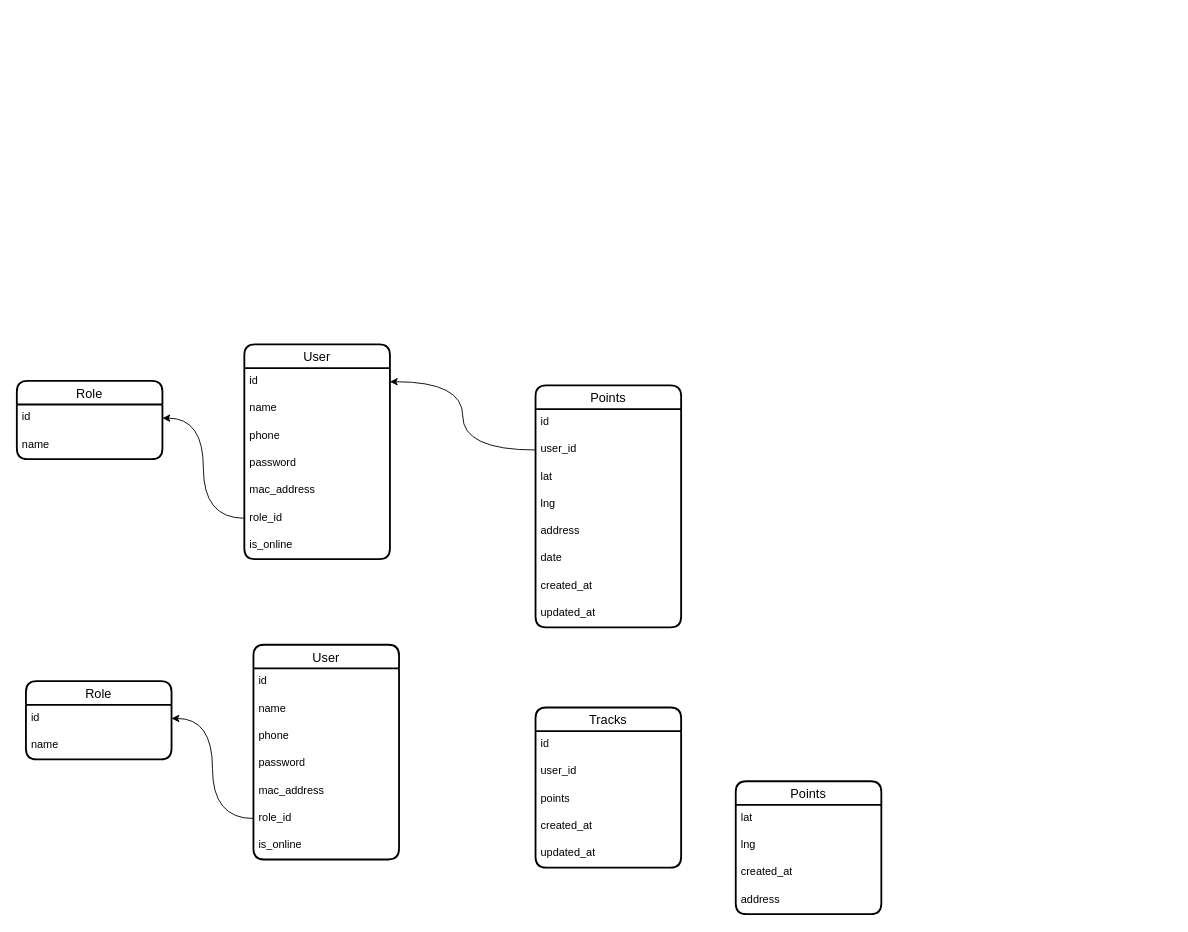
Above: karsoft-location.drawio in iztileuoff/databases (draw.io), before the change. Source tidied: cells renumbered, new cells numbered last; positions are measured from the earlier drawing's top-left corner, leaving out a move shared by most shapes. Both pictures are drawn from the tidied source at 91%, with x=0, y=0 at pixel (16, 344).
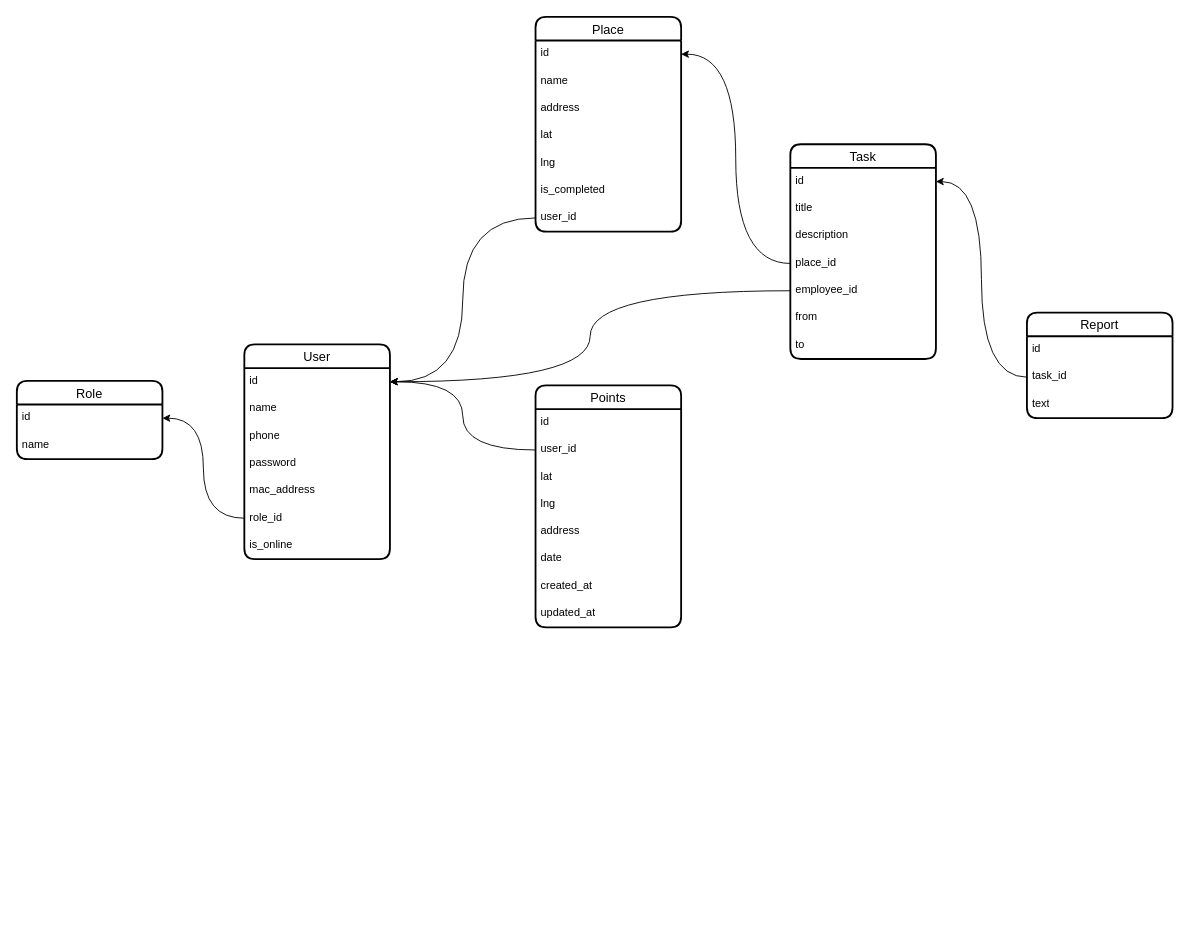
After the change.

The change refers to these unchanged cells:
```xml
<mxCell id="3" value="id" style="text;strokeColor=none;fillColor=none;spacingLeft=4;spacingRight=4;overflow=hidden;points=[[0,0.5],[1,0.5]];portConstraint=eastwest;fontSize=12;whiteSpace=wrap;html=1;" parent="2" vertex="1">
  <mxGeometry y="26" width="160" height="30" as="geometry" />
</mxCell>
```

What changed in the source:
```diff
@@
-    <mxCell id="24" value="User" style="swimlane;fontStyle=0;horizontal=1;startSize=26;align=center;fontSize=14;strokeWidth=2;rounded=1;shadow=0;glass=0;swimlaneLine=1;" parent="1" vertex="1">
-      <mxGeometry x="260" y="330" width="160" height="236" as="geometry" />
-    </mxCell>
-    <mxCell id="25" value="id" style="text;strokeColor=none;fillColor=none;spacingLeft=4;spacingRight=4;overflow=hidden;fontSize=12;whiteSpace=wrap;html=1;" parent="24" vertex="1">
-      <mxGeometry y="26" width="160" height="30" as="geometry" />
-    </mxCell>
-    <mxCell id="26" value="name" style="text;strokeColor=none;fillColor=none;spacingLeft=4;spacingRight=4;overflow=hidden;fontSize=12;whiteSpace=wrap;html=1;" parent="24" vertex="1">
-      <mxGeometry y="56" width="160" height="30" as="geometry" />
-    </mxCell>
-    <mxCell id="27" value="phone" style="text;strokeColor=none;fillColor=none;spacingLeft=4;spacingRight=4;overflow=hidden;fontSize=12;whiteSpace=wrap;html=1;" parent="24" vertex="1">
-      <mxGeometry y="86" width="160" height="30" as="geometry" />
-    </mxCell>
-    <mxCell id="28" value="password" style="text;strokeColor=none;fillColor=none;spacingLeft=4;spacingRight=4;overflow=hidden;fontSize=12;whiteSpace=wrap;html=1;" parent="24" vertex="1">
-      <mxGeometry y="116" width="160" height="30" as="geometry" />
-    </mxCell>
-    <mxCell id="29" value="mac_address" style="text;strokeColor=none;fillColor=none;spacingLeft=4;spacingRight=4;overflow=hidden;fontSize=12;whiteSpace=wrap;html=1;" parent="24" vertex="1">
-      <mxGeometry y="146" width="160" height="30" as="geometry" />
-    </mxCell>
-    <mxCell id="30" value="role_id" style="text;strokeColor=none;fillColor=none;spacingLeft=4;spacingRight=4;overflow=hidden;points=[[0,0.5],[1,0.5]];portConstraint=eastwest;fontSize=12;whiteSpace=wrap;html=1;" parent="24" vertex="1">
-      <mxGeometry y="176" width="160" height="30" as="geometry" />
-    </mxCell>
-    <mxCell id="31" value="is_online" style="text;strokeColor=none;fillColor=none;spacingLeft=4;spacingRight=4;overflow=hidden;fontSize=12;whiteSpace=wrap;html=1;" parent="24" vertex="1">
-      <mxGeometry y="206" width="160" height="30" as="geometry" />
-    </mxCell>
-    <mxCell id="32" value="Role" style="swimlane;fontStyle=0;horizontal=1;startSize=26;align=center;fontSize=14;strokeWidth=2;rounded=1;shadow=0;glass=0;swimlaneLine=1;" parent="1" vertex="1">
-      <mxGeometry x="10" y="370" width="160" height="86" as="geometry" />
-    </mxCell>
-    <mxCell id="33" value="id" style="text;strokeColor=none;fillColor=none;spacingLeft=4;spacingRight=4;overflow=hidden;points=[[0,0.5],[1,0.5]];portConstraint=eastwest;fontSize=12;whiteSpace=wrap;html=1;" parent="32" vertex="1">
-      <mxGeometry y="26" width="160" height="30" as="geometry" />
-    </mxCell>
-    <mxCell id="34" value="name" style="text;strokeColor=none;fillColor=none;spacingLeft=4;spacingRight=4;overflow=hidden;fontSize=12;whiteSpace=wrap;html=1;" parent="32" vertex="1">
-      <mxGeometry y="56" width="160" height="30" as="geometry" />
-    </mxCell>
-    <mxCell id="35" style="edgeStyle=orthogonalEdgeStyle;rounded=0;jettySize=auto;html=1;entryX=1;entryY=0.5;entryDx=0;entryDy=0;curved=1;" parent="1" edge="1" source="30" target="33">
-      <mxGeometry relative="1" as="geometry" />
-    </mxCell>
-    <mxCell id="36" value="Points" style="swimlane;fontStyle=0;horizontal=1;startSize=26;align=center;fontSize=14;strokeWidth=2;rounded=1;shadow=0;glass=0;swimlaneLine=1;" parent="1" vertex="1">
-      <mxGeometry x="790" y="480" width="160" height="146" as="geometry" />
-    </mxCell>
+    <mxCell id="47" value="Place" style="swimlane;fontStyle=0;horizontal=1;startSize=26;align=center;fontSize=14;strokeWidth=2;rounded=1;shadow=0;glass=0;swimlaneLine=1;" parent="1" vertex="1">
+      <mxGeometry x="570" y="-360" width="160" height="236" as="geometry" />
+    </mxCell>
+    <mxCell id="48" value="id" style="text;strokeColor=none;fillColor=none;spacingLeft=4;spacingRight=4;overflow=hidden;points=[[0,0.5],[1,0.5]];portConstraint=eastwest;fontSize=12;whiteSpace=wrap;html=1;" parent="47" vertex="1">
+      <mxGeometry y="26" width="160" height="30" as="geometry" />
+    </mxCell>
+    <mxCell id="49" value="name" style="text;strokeColor=none;fillColor=none;spacingLeft=4;spacingRight=4;overflow=hidden;fontSize=12;whiteSpace=wrap;html=1;" parent="47" vertex="1">
+      <mxGeometry y="56" width="160" height="30" as="geometry" />
+    </mxCell>
+    <mxCell id="40" value="address" style="text;strokeColor=none;fillColor=none;spacingLeft=4;spacingRight=4;overflow=hidden;fontSize=12;whiteSpace=wrap;html=1;" parent="47" vertex="1">
+      <mxGeometry y="86" width="160" height="30" as="geometry" />
+    </mxCell>
-    <mxCell id="37" value="lat" style="text;strokeColor=none;fillColor=none;spacingLeft=4;spacingRight=4;overflow=hidden;fontSize=12;whiteSpace=wrap;html=1;" parent="36" vertex="1">
-      <mxGeometry y="26" width="160" height="30" as="geometry" />
+    <mxCell id="37" value="lat" style="text;strokeColor=none;fillColor=none;spacingLeft=4;spacingRight=4;overflow=hidden;fontSize=12;whiteSpace=wrap;html=1;" parent="47" vertex="1">
+      <mxGeometry y="116" width="160" height="30" as="geometry" />
     </mxCell>
-    <mxCell id="38" value="lng" style="text;strokeColor=none;fillColor=none;spacingLeft=4;spacingRight=4;overflow=hidden;fontSize=12;whiteSpace=wrap;html=1;" parent="36" vertex="1">
-      <mxGeometry y="56" width="160" height="30" as="geometry" />
+    <mxCell id="38" value="lng" style="text;strokeColor=none;fillColor=none;spacingLeft=4;spacingRight=4;overflow=hidden;fontSize=12;whiteSpace=wrap;html=1;" parent="47" vertex="1">
+      <mxGeometry y="146" width="160" height="30" as="geometry" />
     </mxCell>
-    <mxCell id="39" value="created_at" style="text;strokeColor=none;fillColor=none;spacingLeft=4;spacingRight=4;overflow=hidden;fontSize=12;whiteSpace=wrap;html=1;" parent="36" vertex="1">
-      <mxGeometry y="86" width="160" height="30" as="geometry" />
-    </mxCell>
-    <mxCell id="40" value="address" style="text;strokeColor=none;fillColor=none;spacingLeft=4;spacingRight=4;overflow=hidden;fontSize=12;whiteSpace=wrap;html=1;" parent="36" vertex="1">
-      <mxGeometry y="116" width="160" height="30" as="geometry" />
-    </mxCell>
-    <mxCell id="41" value="Tracks" style="swimlane;fontStyle=0;horizontal=1;startSize=26;align=center;fontSize=14;strokeWidth=2;rounded=1;shadow=0;glass=0;swimlaneLine=1;" parent="1" vertex="1">
-      <mxGeometry x="570" y="399" width="160" height="176" as="geometry" />
-    </mxCell>
-    <mxCell id="42" value="id" style="text;strokeColor=none;fillColor=none;spacingLeft=4;spacingRight=4;overflow=hidden;fontSize=12;whiteSpace=wrap;html=1;" parent="41" vertex="1">
-      <mxGeometry y="26" width="160" height="30" as="geometry" />
-    </mxCell>
+    <mxCell id="50" value="is_completed" style="text;strokeColor=none;fillColor=none;spacingLeft=4;spacingRight=4;overflow=hidden;fontSize=12;whiteSpace=wrap;html=1;" parent="47" vertex="1">
+      <mxGeometry y="176" width="160" height="30" as="geometry" />
+    </mxCell>
-    <mxCell id="43" value="user_id" style="text;strokeColor=none;fillColor=none;spacingLeft=4;spacingRight=4;overflow=hidden;points=[[0,0.5],[1,0.5]];portConstraint=eastwest;fontSize=12;whiteSpace=wrap;html=1;" parent="41" vertex="1">
-      <mxGeometry y="56" width="160" height="30" as="geometry" />
+    <mxCell id="43" value="user_id" style="text;strokeColor=none;fillColor=none;spacingLeft=4;spacingRight=4;overflow=hidden;points=[[0,0.5],[1,0.5]];portConstraint=eastwest;fontSize=12;whiteSpace=wrap;html=1;" parent="47" vertex="1">
+      <mxGeometry y="206" width="160" height="30" as="geometry" />
     </mxCell>
-    <mxCell id="44" value="points" style="text;strokeColor=none;fillColor=none;spacingLeft=4;spacingRight=4;overflow=hidden;fontSize=12;whiteSpace=wrap;html=1;" parent="41" vertex="1">
-      <mxGeometry y="86" width="160" height="30" as="geometry" />
-    </mxCell>
-    <mxCell id="45" value="created_at" style="text;strokeColor=none;fillColor=none;spacingLeft=4;spacingRight=4;overflow=hidden;fontSize=12;whiteSpace=wrap;html=1;" parent="41" vertex="1">
-      <mxGeometry y="116" width="160" height="30" as="geometry" />
-    </mxCell>
-    <mxCell id="46" value="updated_at" style="text;strokeColor=none;fillColor=none;spacingLeft=4;spacingRight=4;overflow=hidden;fontSize=12;whiteSpace=wrap;html=1;" parent="41" vertex="1">
-      <mxGeometry y="146" width="160" height="30" as="geometry" />
-    </mxCell>
+    <mxCell id="51" style="edgeStyle=orthogonalEdgeStyle;rounded=0;jettySize=auto;html=1;entryX=1;entryY=0.5;entryDx=0;entryDy=0;curved=1;" parent="1" edge="1" source="43" target="3">
+      <mxGeometry relative="1" as="geometry" />
+    </mxCell>
+    <mxCell id="52" value="Task" style="swimlane;fontStyle=0;horizontal=1;startSize=26;align=center;fontSize=14;strokeWidth=2;rounded=1;shadow=0;glass=0;swimlaneLine=1;" parent="1" vertex="1">
+      <mxGeometry x="850" y="-220" width="160" height="236" as="geometry" />
+    </mxCell>
+    <mxCell id="53" value="id" style="text;strokeColor=none;fillColor=none;spacingLeft=4;spacingRight=4;overflow=hidden;points=[[0,0.5],[1,0.5]];portConstraint=eastwest;fontSize=12;whiteSpace=wrap;html=1;" parent="52" vertex="1">
+      <mxGeometry y="26" width="160" height="30" as="geometry" />
+    </mxCell>
+    <mxCell id="54" value="title" style="text;strokeColor=none;fillColor=none;spacingLeft=4;spacingRight=4;overflow=hidden;fontSize=12;whiteSpace=wrap;html=1;" parent="52" vertex="1">
+      <mxGeometry y="56" width="160" height="30" as="geometry" />
+    </mxCell>
+    <mxCell id="55" value="description" style="text;strokeColor=none;fillColor=none;spacingLeft=4;spacingRight=4;overflow=hidden;fontSize=12;whiteSpace=wrap;html=1;" parent="52" vertex="1">
+      <mxGeometry y="86" width="160" height="30" as="geometry" />
+    </mxCell>
+    <mxCell id="56" value="place_id" style="text;strokeColor=none;fillColor=none;spacingLeft=4;spacingRight=4;overflow=hidden;points=[[0,0.5],[1,0.5]];portConstraint=eastwest;fontSize=12;whiteSpace=wrap;html=1;" parent="52" vertex="1">
+      <mxGeometry y="116" width="160" height="30" as="geometry" />
+    </mxCell>
+    <mxCell id="57" value="employee_id" style="text;strokeColor=none;fillColor=none;spacingLeft=4;spacingRight=4;overflow=hidden;points=[[0,0.5],[1,0.5]];portConstraint=eastwest;fontSize=12;whiteSpace=wrap;html=1;" parent="52" vertex="1">
+      <mxGeometry y="146" width="160" height="30" as="geometry" />
+    </mxCell>
+    <mxCell id="58" value="from" style="text;strokeColor=none;fillColor=none;spacingLeft=4;spacingRight=4;overflow=hidden;fontSize=12;whiteSpace=wrap;html=1;" parent="52" vertex="1">
+      <mxGeometry y="176" width="160" height="30" as="geometry" />
+    </mxCell>
+    <mxCell id="59" value="to" style="text;strokeColor=none;fillColor=none;spacingLeft=4;spacingRight=4;overflow=hidden;fontSize=12;whiteSpace=wrap;html=1;" parent="52" vertex="1">
+      <mxGeometry y="206" width="160" height="30" as="geometry" />
+    </mxCell>
+    <mxCell id="60" value="Report" style="swimlane;fontStyle=0;horizontal=1;startSize=26;align=center;fontSize=14;strokeWidth=2;rounded=1;shadow=0;glass=0;swimlaneLine=1;" parent="1" vertex="1">
+      <mxGeometry x="1110" y="-35" width="160" height="116" as="geometry" />
+    </mxCell>
+    <mxCell id="61" value="id" style="text;strokeColor=none;fillColor=none;spacingLeft=4;spacingRight=4;overflow=hidden;fontSize=12;whiteSpace=wrap;html=1;" parent="60" vertex="1">
+      <mxGeometry y="26" width="160" height="30" as="geometry" />
+    </mxCell>
+    <mxCell id="62" value="task_id" style="text;strokeColor=none;fillColor=none;spacingLeft=4;spacingRight=4;overflow=hidden;points=[[0,0.5],[1,0.5]];portConstraint=eastwest;fontSize=12;whiteSpace=wrap;html=1;" parent="60" vertex="1">
+      <mxGeometry y="56" width="160" height="30" as="geometry" />
+    </mxCell>
+    <mxCell id="63" value="text" style="text;strokeColor=none;fillColor=none;spacingLeft=4;spacingRight=4;overflow=hidden;fontSize=12;whiteSpace=wrap;html=1;" parent="60" vertex="1">
+      <mxGeometry y="86" width="160" height="30" as="geometry" />
+    </mxCell>
+    <mxCell id="64" style="edgeStyle=orthogonalEdgeStyle;rounded=0;jettySize=auto;html=1;entryX=1;entryY=0.5;entryDx=0;entryDy=0;curved=1;" parent="1" edge="1" source="62" target="53">
+      <mxGeometry relative="1" as="geometry" />
+    </mxCell>
+    <mxCell id="65" style="edgeStyle=orthogonalEdgeStyle;rounded=0;jettySize=auto;html=1;entryX=1;entryY=0.5;entryDx=0;entryDy=0;curved=1;" parent="1" edge="1" source="56" target="48">
+      <mxGeometry relative="1" as="geometry" />
+    </mxCell>
+    <mxCell id="66" style="edgeStyle=orthogonalEdgeStyle;rounded=0;jettySize=auto;html=1;entryX=1;entryY=0.5;entryDx=0;entryDy=0;curved=1;" parent="1" edge="1" source="57" target="3">
+      <mxGeometry relative="1" as="geometry" />
+    </mxCell>
```
